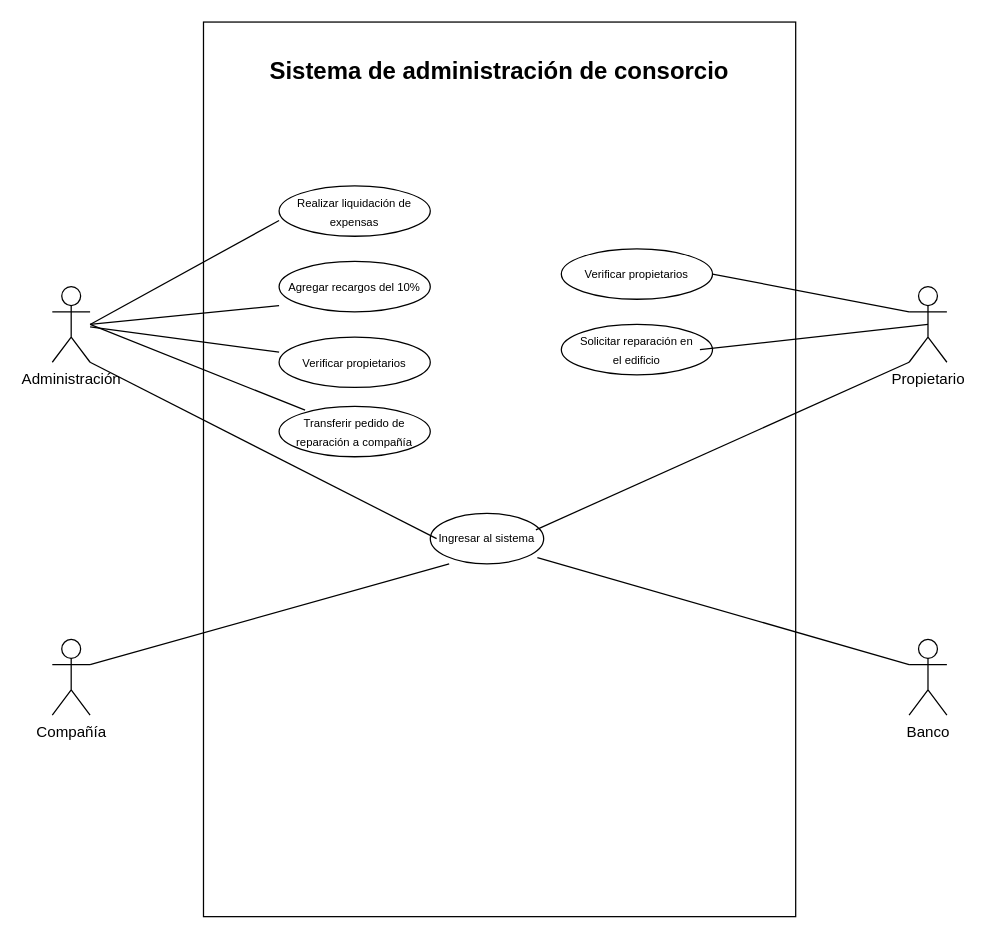
Before: Diagrama sin título.drawio in LeandroCantero/diagramaDeUso, a draw.io diagram. Source tidied: cells renumbered, new cells numbered last; positions are measured from the earlier drawing's top-left corner, leaving out a move shared by most shapes. Both pictures are drawn from the tidied source at 126%, with x=0, y=0 at pixel (52, 21).
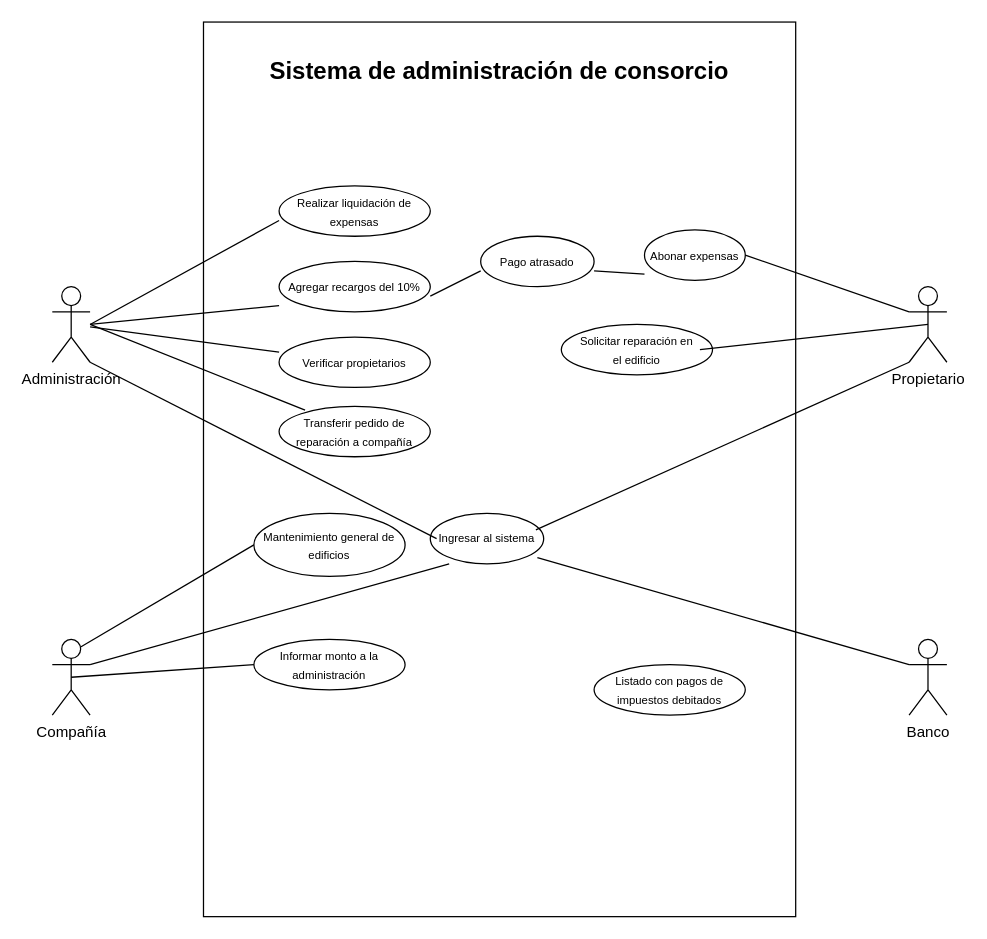
Above is the later version.

Unchanged cells that the change refers to:
```xml
<mxCell id="8" value="&lt;font style=&quot;font-size: 9px;&quot;&gt;Agregar recargos del 10%&lt;br&gt;&lt;/font&gt;" style="text;html=1;align=center;verticalAlign=middle;whiteSpace=wrap;rounded=0;" parent="1" vertex="1">
  <mxGeometry x="180" y="195" width="120" height="30" as="geometry" />
</mxCell>
<mxCell id="18" value="Compañía" style="shape=umlActor;verticalLabelPosition=bottom;verticalAlign=top;html=1;outlineConnect=0;" parent="1" vertex="1">
  <mxGeometry y="490" width="30" height="60" as="geometry" />
</mxCell>
```

The edit, as a diff of the source:
```diff
@@
     <mxCell id="26" style="group;" parent="1" vertex="1">
-      <mxGeometry x="404" y="180" width="120" height="40" as="geometry" />
+      <mxGeometry x="470" y="165" width="80" height="40" as="geometry" />
     </mxCell>
     <mxCell id="27" style="ellipse;whiteSpace=wrap;html=1;" parent="26" vertex="1">
-      <mxGeometry width="120" height="40" as="geometry" />
+      <mxGeometry width="80" height="40" as="geometry" />
     </mxCell>
-    <mxCell id="28" value="&lt;font style=&quot;font-size: 9px;&quot;&gt;Verificar propietarios&lt;/font&gt;" style="text;html=1;align=center;verticalAlign=middle;whiteSpace=wrap;rounded=0;" parent="26" vertex="1">
-      <mxGeometry y="5" width="120" height="30" as="geometry" />
+    <mxCell id="28" value="&lt;font style=&quot;font-size: 9px;&quot;&gt;Abonar expensas&lt;br&gt;&lt;/font&gt;" style="text;html=1;align=center;verticalAlign=middle;whiteSpace=wrap;rounded=0;" parent="26" vertex="1">
+      <mxGeometry y="5" width="80" height="30" as="geometry" />
     </mxCell>
@@
+    <mxCell id="34" style="endArrow=none;html=1;rounded=0;exitX=0.75;exitY=0.1;exitDx=0;exitDy=0;exitPerimeter=0;entryX=0;entryY=0.5;entryDx=0;entryDy=0;" parent="1" edge="1" source="18" target="37">
+      <mxGeometry relative="1" as="geometry" />
+    </mxCell>
+    <mxCell id="35" style="group;" parent="1" vertex="1">
+      <mxGeometry x="160" y="390" width="120" height="50" as="geometry" />
+    </mxCell>
+    <mxCell id="36" style="ellipse;whiteSpace=wrap;html=1;" parent="35" vertex="1">
+      <mxGeometry width="120" height="50" as="geometry" />
+    </mxCell>
+    <mxCell id="37" value="&lt;font style=&quot;font-size: 9px;&quot;&gt;Mantenimiento general de edificios&lt;/font&gt;" style="text;html=1;align=center;verticalAlign=middle;whiteSpace=wrap;rounded=0;" parent="35" vertex="1">
+      <mxGeometry y="6.2" width="120" height="37.5" as="geometry" />
+    </mxCell>
+    <mxCell id="38" style="group;" parent="1" vertex="1">
+      <mxGeometry x="160" y="490" width="120" height="40" as="geometry" />
+    </mxCell>
+    <mxCell id="39" style="ellipse;whiteSpace=wrap;html=1;" parent="38" vertex="1">
+      <mxGeometry width="120" height="40" as="geometry" />
+    </mxCell>
+    <mxCell id="40" value="&lt;font style=&quot;font-size: 9px;&quot;&gt;Informar monto a la administración&lt;/font&gt;" style="text;html=1;align=center;verticalAlign=middle;whiteSpace=wrap;rounded=0;" parent="38" vertex="1">
+      <mxGeometry y="5" width="120" height="30" as="geometry" />
+    </mxCell>
+    <mxCell id="41" style="endArrow=none;html=1;rounded=0;exitX=0.5;exitY=0.5;exitDx=0;exitDy=0;exitPerimeter=0;entryX=0;entryY=0.5;entryDx=0;entryDy=0;" parent="1" edge="1" source="18" target="40">
+      <mxGeometry relative="1" as="geometry" />
+    </mxCell>
+    <mxCell id="42" style="group;" parent="1" vertex="1">
+      <mxGeometry x="340" y="170" width="90" height="40" as="geometry" />
+    </mxCell>
+    <mxCell id="43" style="ellipse;whiteSpace=wrap;html=1;" parent="42" vertex="1">
+      <mxGeometry width="90" height="40" as="geometry" />
+    </mxCell>
+    <mxCell id="44" value="&lt;font style=&quot;font-size: 9px;&quot;&gt;Pago atrasado&lt;br&gt;&lt;/font&gt;" style="text;html=1;align=center;verticalAlign=middle;whiteSpace=wrap;rounded=0;" parent="42" vertex="1">
+      <mxGeometry y="5" width="90" height="30" as="geometry" />
+    </mxCell>
+    <mxCell id="45" style="endArrow=none;html=1;rounded=0;exitX=1;exitY=0.75;exitDx=0;exitDy=0;entryX=0;entryY=0.75;entryDx=0;entryDy=0;" parent="1" edge="1" source="8" target="44">
+      <mxGeometry relative="1" as="geometry" />
+    </mxCell>
+    <mxCell id="46" style="endArrow=none;html=1;rounded=0;exitX=1;exitY=0.75;exitDx=0;exitDy=0;entryX=0;entryY=1;entryDx=0;entryDy=0;" parent="1" edge="1" source="44" target="28">
+      <mxGeometry relative="1" as="geometry" />
+    </mxCell>
+    <mxCell id="47" style="group;" parent="1" vertex="1">
+      <mxGeometry x="430" y="510" width="120" height="40" as="geometry" />
+    </mxCell>
+    <mxCell id="48" style="ellipse;whiteSpace=wrap;html=1;" parent="47" vertex="1">
+      <mxGeometry width="120" height="40" as="geometry" />
+    </mxCell>
+    <mxCell id="49" value="&lt;font style=&quot;font-size: 9px;&quot;&gt;Listado con pagos de impuestos debitados&lt;/font&gt;" style="text;html=1;align=center;verticalAlign=middle;whiteSpace=wrap;rounded=0;" parent="47" vertex="1">
+      <mxGeometry x="10" y="7.5" width="100" height="25" as="geometry" />
+    </mxCell>
```
